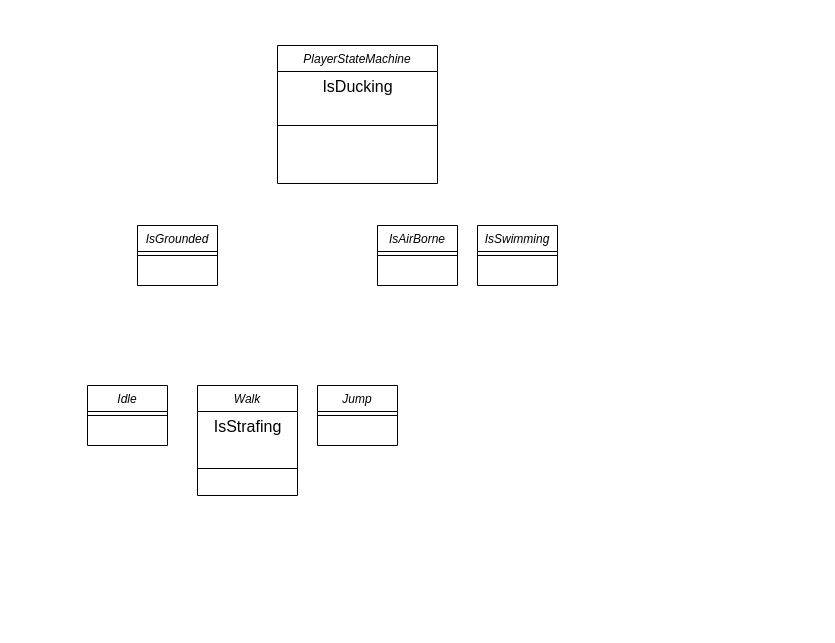
This is page "PlayerStateMachine" (1 of 3) of GameArchitecture/HalfLifeDiagram.drawio from killerwolf162/Integrated-Gameplay-Systems, a draw.io file, before an edit. Source tidied: cells renumbered, new cells numbered last; positions are measured from the earlier drawing's top-left corner, leaving out a move shared by most shapes. Both pictures are drawn from the tidied source at 100%, with x=0, y=0 at pixel (87, 45).
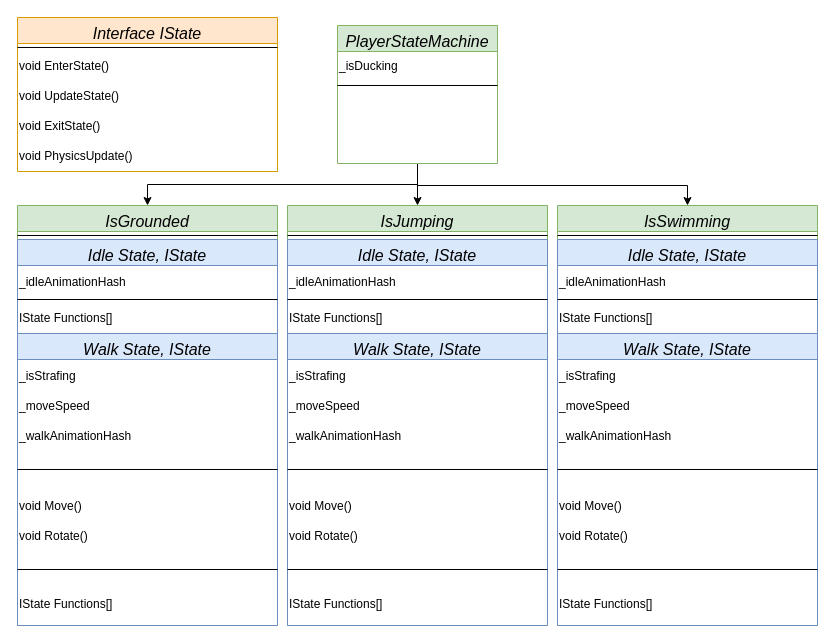
The same page after the edit.

What changed in the source:
```diff
@@
+    <mxCell id="18" style="edgeStyle=orthogonalEdgeStyle;rounded=0;jettySize=auto;html=1;exitX=0.5;exitY=1;exitDx=0;exitDy=0;entryX=0.5;entryY=0;entryDx=0;entryDy=0;" parent="1" edge="1" source="2" target="12">
+      <mxGeometry relative="1" as="geometry" />
+    </mxCell>
+    <mxCell id="19" style="edgeStyle=orthogonalEdgeStyle;rounded=0;jettySize=auto;html=1;entryX=0.5;entryY=0;entryDx=0;entryDy=0;" parent="1" edge="1" source="2" target="16">
+      <mxGeometry relative="1" as="geometry" />
+    </mxCell>
+    <mxCell id="20" style="edgeStyle=orthogonalEdgeStyle;rounded=0;jettySize=auto;html=1;entryX=0.5;entryY=0;entryDx=0;entryDy=0;" parent="1" edge="1" source="2" target="10">
+      <mxGeometry relative="1" as="geometry">
+        <Array as="points">
+          <mxPoint x="330" y="140" />
+          <mxPoint x="600" y="140" />
+        </Array>
+      </mxGeometry>
+    </mxCell>
-    <mxCell id="2" value="PlayerStateMachine" style="swimlane;fontStyle=2;align=center;verticalAlign=top;horizontal=1;startSize=26;rounded=0;shadow=0;strokeWidth=1;" parent="1" vertex="1">
-      <mxGeometry x="190" width="160" height="138" as="geometry" />
+    <mxCell id="2" value="PlayerStateMachine" style="swimlane;fontStyle=2;align=center;verticalAlign=top;horizontal=1;startSize=26;rounded=0;shadow=0;strokeWidth=1;fillColor=#d5e8d4;strokeColor=#82b366;fontSize=16;" parent="1" vertex="1">
+      <mxGeometry x="250" y="-20" width="160" height="138" as="geometry" />
     </mxCell>
-    <mxCell id="3" value="IsDucking&lt;div&gt;&lt;br&gt;&lt;/div&gt;" style="text;html=1;align=center;verticalAlign=middle;strokeColor=none;fillColor=none;fontSize=16;" parent="2" vertex="1">
-      <mxGeometry y="26" width="160" height="50" as="geometry" />
-    </mxCell>
+    <mxCell id="21" value="_isDucking" style="text;html=1;align=left;verticalAlign=middle;strokeColor=none;fillColor=none;" parent="2" vertex="1">
+      <mxGeometry y="26" width="160" height="30" as="geometry" />
+    </mxCell>
     <mxCell id="4" style="line;html=1;strokeWidth=1;align=left;verticalAlign=middle;spacingTop=-1;spacingLeft=3;spacingRight=3;labelPosition=right;" parent="2" vertex="1">
-      <mxGeometry y="76" width="160" height="8" as="geometry" />
+      <mxGeometry y="56" width="160" height="8" as="geometry" />
     </mxCell>
+    <mxCell id="10" value="IsSwimming&#10;" style="swimlane;fontStyle=2;align=center;verticalAlign=top;horizontal=1;startSize=26;rounded=0;shadow=0;strokeWidth=1;fillColor=#d5e8d4;strokeColor=#82b366;fontSize=16;" parent="1" vertex="1">
+      <mxGeometry x="470" y="160" width="260" height="420" as="geometry" />
+    </mxCell>
+    <mxCell id="11" style="line;html=1;strokeWidth=1;align=left;verticalAlign=middle;spacingTop=-1;spacingLeft=3;spacingRight=3;labelPosition=right;" parent="10" vertex="1">
+      <mxGeometry y="26" width="260" height="8" as="geometry" />
+    </mxCell>
+    <mxCell id="22" value="Idle State, IState" style="swimlane;fontStyle=2;align=center;verticalAlign=top;horizontal=1;startSize=26;rounded=0;shadow=0;strokeWidth=1;fillColor=#dae8fc;strokeColor=#6c8ebf;fontSize=16;" parent="10" vertex="1">
+      <mxGeometry y="34" width="260" height="94" as="geometry" />
+    </mxCell>
+    <mxCell id="23" value="&lt;font style=&quot;font-size: 12px;&quot;&gt;_idleAnimationHash&lt;/font&gt;" style="text;html=1;align=left;verticalAlign=middle;strokeColor=none;fillColor=none;fontSize=16;" parent="22" vertex="1">
+      <mxGeometry y="26" width="260" height="30" as="geometry" />
+    </mxCell>
+    <mxCell id="24" style="line;html=1;strokeWidth=1;align=left;verticalAlign=middle;spacingTop=-1;spacingLeft=3;spacingRight=3;labelPosition=right;" parent="22" vertex="1">
+      <mxGeometry y="56" width="260" height="8" as="geometry" />
+    </mxCell>
+    <mxCell id="25" value="IState Functions[]" style="text;html=1;align=left;verticalAlign=middle;strokeColor=none;fillColor=none;" parent="22" vertex="1">
+      <mxGeometry y="64" width="260" height="30" as="geometry" />
+    </mxCell>
+    <mxCell id="26" value="Walk State, IState" style="swimlane;fontStyle=2;align=center;verticalAlign=top;horizontal=1;startSize=26;rounded=0;shadow=0;strokeWidth=1;fontSize=16;fillColor=#dae8fc;strokeColor=#6c8ebf;" parent="10" vertex="1">
+      <mxGeometry y="128" width="260" height="292" as="geometry" />
+    </mxCell>
+    <mxCell id="27" value="&lt;font style=&quot;font-size: 12px;&quot;&gt;_isStrafing&lt;/font&gt;" style="text;html=1;align=left;verticalAlign=middle;strokeColor=none;fillColor=none;fontSize=16;" parent="26" vertex="1">
+      <mxGeometry y="26" width="260" height="30" as="geometry" />
+    </mxCell>
+    <mxCell id="28" value="&lt;font style=&quot;font-size: 12px;&quot;&gt;_moveSpeed&lt;/font&gt;" style="text;html=1;align=left;verticalAlign=middle;strokeColor=none;fillColor=none;fontSize=16;" parent="26" vertex="1">
+      <mxGeometry y="56" width="260" height="30" as="geometry" />
+    </mxCell>
+    <mxCell id="29" value="&lt;font style=&quot;font-size: 12px;&quot;&gt;_walkAnimationHash&lt;/font&gt;" style="text;html=1;align=left;verticalAlign=middle;strokeColor=none;fillColor=none;fontSize=16;" parent="26" vertex="1">
+      <mxGeometry y="86" width="260" height="30" as="geometry" />
+    </mxCell>
+    <mxCell id="30" style="line;html=1;strokeWidth=1;align=left;verticalAlign=middle;spacingTop=-1;spacingLeft=3;spacingRight=3;labelPosition=right;" parent="26" vertex="1">
+      <mxGeometry y="116" width="260" height="40" as="geometry" />
+    </mxCell>
+    <mxCell id="31" value="&lt;span style=&quot;font-size: 12px;&quot;&gt;void Move()&lt;/span&gt;" style="text;html=1;align=left;verticalAlign=middle;strokeColor=none;fillColor=none;fontSize=16;" parent="26" vertex="1">
+      <mxGeometry y="156" width="260" height="30" as="geometry" />
+    </mxCell>
+    <mxCell id="32" value="&lt;span style=&quot;font-size: 12px;&quot;&gt;void Rotate()&lt;/span&gt;" style="text;html=1;align=left;verticalAlign=middle;strokeColor=none;fillColor=none;fontSize=16;" parent="26" vertex="1">
+      <mxGeometry y="186" width="260" height="30" as="geometry" />
+    </mxCell>
+    <mxCell id="33" style="line;html=1;strokeWidth=1;align=left;verticalAlign=middle;spacingTop=-1;spacingLeft=3;spacingRight=3;labelPosition=right;" parent="26" vertex="1">
+      <mxGeometry y="216" width="260" height="40" as="geometry" />
+    </mxCell>
+    <mxCell id="34" value="IState Functions[]" style="text;html=1;align=left;verticalAlign=middle;strokeColor=none;fillColor=none;" parent="26" vertex="1">
+      <mxGeometry y="256" width="260" height="30" as="geometry" />
+    </mxCell>
+    <mxCell id="12" value="IsGrounded" style="swimlane;fontStyle=2;align=center;verticalAlign=top;horizontal=1;startSize=26;rounded=0;shadow=0;strokeWidth=1;fontSize=16;fillColor=#d5e8d4;strokeColor=#82b366;" parent="1" vertex="1">
+      <mxGeometry x="-70" y="160" width="260" height="420" as="geometry" />
+    </mxCell>
+    <mxCell id="13" style="line;html=1;strokeWidth=1;align=left;verticalAlign=middle;spacingTop=-1;spacingLeft=3;spacingRight=3;labelPosition=right;" parent="12" vertex="1">
+      <mxGeometry y="26" width="260" height="8" as="geometry" />
+    </mxCell>
-    <mxCell id="5" value="Idle&#10;" style="swimlane;fontStyle=2;align=center;verticalAlign=top;horizontal=1;startSize=26;rounded=0;shadow=0;strokeWidth=1;" parent="1" vertex="1">
-      <mxGeometry y="340" width="80" height="60" as="geometry" />
+    <mxCell id="5" value="Idle State, IState" style="swimlane;fontStyle=2;align=center;verticalAlign=top;horizontal=1;startSize=26;rounded=0;shadow=0;strokeWidth=1;fillColor=#dae8fc;strokeColor=#6c8ebf;fontSize=16;" parent="12" vertex="1">
+      <mxGeometry y="34" width="260" height="94" as="geometry" />
     </mxCell>
+    <mxCell id="35" value="&lt;font style=&quot;font-size: 12px;&quot;&gt;_idleAnimationHash&lt;/font&gt;" style="text;html=1;align=left;verticalAlign=middle;strokeColor=none;fillColor=none;fontSize=16;" parent="5" vertex="1">
+      <mxGeometry y="26" width="260" height="30" as="geometry" />
+    </mxCell>
     <mxCell id="6" style="line;html=1;strokeWidth=1;align=left;verticalAlign=middle;spacingTop=-1;spacingLeft=3;spacingRight=3;labelPosition=right;" parent="5" vertex="1">
-      <mxGeometry y="26" width="80" height="8" as="geometry" />
+      <mxGeometry y="56" width="260" height="8" as="geometry" />
     </mxCell>
+    <mxCell id="36" value="IState Functions[]" style="text;html=1;align=left;verticalAlign=middle;strokeColor=none;fillColor=none;" parent="5" vertex="1">
+      <mxGeometry y="64" width="260" height="30" as="geometry" />
+    </mxCell>
-    <mxCell id="7" value="Walk&#10;" style="swimlane;fontStyle=2;align=center;verticalAlign=top;horizontal=1;startSize=26;rounded=0;shadow=0;strokeWidth=1;" parent="1" vertex="1">
-      <mxGeometry x="110" y="340" width="100" height="110" as="geometry" />
+    <mxCell id="7" value="Walk State, IState" style="swimlane;fontStyle=2;align=center;verticalAlign=top;horizontal=1;startSize=26;rounded=0;shadow=0;strokeWidth=1;fontSize=16;fillColor=#dae8fc;strokeColor=#6c8ebf;" parent="12" vertex="1">
+      <mxGeometry y="128" width="260" height="292" as="geometry" />
     </mxCell>
-    <mxCell id="8" value="IsStrafing" style="text;html=1;align=center;verticalAlign=middle;strokeColor=none;fillColor=none;fontSize=16;" parent="7" vertex="1">
-      <mxGeometry y="26" width="100" height="30" as="geometry" />
+    <mxCell id="8" value="&lt;font style=&quot;font-size: 12px;&quot;&gt;_isStrafing&lt;/font&gt;" style="text;html=1;align=left;verticalAlign=middle;strokeColor=none;fillColor=none;fontSize=16;" parent="7" vertex="1">
+      <mxGeometry y="26" width="260" height="30" as="geometry" />
     </mxCell>
+    <mxCell id="37" value="&lt;font style=&quot;font-size: 12px;&quot;&gt;_moveSpeed&lt;/font&gt;" style="text;html=1;align=left;verticalAlign=middle;strokeColor=none;fillColor=none;fontSize=16;" parent="7" vertex="1">
+      <mxGeometry y="56" width="260" height="30" as="geometry" />
+    </mxCell>
+    <mxCell id="38" value="&lt;font style=&quot;font-size: 12px;&quot;&gt;_walkAnimationHash&lt;/font&gt;" style="text;html=1;align=left;verticalAlign=middle;strokeColor=none;fillColor=none;fontSize=16;" parent="7" vertex="1">
+      <mxGeometry y="86" width="260" height="30" as="geometry" />
+    </mxCell>
     <mxCell id="9" style="line;html=1;strokeWidth=1;align=left;verticalAlign=middle;spacingTop=-1;spacingLeft=3;spacingRight=3;labelPosition=right;" parent="7" vertex="1">
-      <mxGeometry y="56" width="100" height="54" as="geometry" />
+      <mxGeometry y="116" width="260" height="40" as="geometry" />
     </mxCell>
-    <mxCell id="10" value="IsSwimming&#10;" style="swimlane;fontStyle=2;align=center;verticalAlign=top;horizontal=1;startSize=26;rounded=0;shadow=0;strokeWidth=1;" parent="1" vertex="1">
-      <mxGeometry x="390" y="180" width="80" height="60" as="geometry" />
-    </mxCell>
-    <mxCell id="11" style="line;html=1;strokeWidth=1;align=left;verticalAlign=middle;spacingTop=-1;spacingLeft=3;spacingRight=3;labelPosition=right;" parent="10" vertex="1">
-      <mxGeometry y="26" width="80" height="8" as="geometry" />
-    </mxCell>
-    <mxCell id="12" value="IsGrounded" style="swimlane;fontStyle=2;align=center;verticalAlign=top;horizontal=1;startSize=26;rounded=0;shadow=0;strokeWidth=1;" parent="1" vertex="1">
-      <mxGeometry x="50" y="180" width="80" height="60" as="geometry" />
-    </mxCell>
-    <mxCell id="13" style="line;html=1;strokeWidth=1;align=left;verticalAlign=middle;spacingTop=-1;spacingLeft=3;spacingRight=3;labelPosition=right;" parent="12" vertex="1">
-      <mxGeometry y="26" width="80" height="8" as="geometry" />
-    </mxCell>
-    <mxCell id="14" value="IsAirBorne" style="swimlane;fontStyle=2;align=center;verticalAlign=top;horizontal=1;startSize=26;rounded=0;shadow=0;strokeWidth=1;" parent="1" vertex="1">
-      <mxGeometry x="290" y="180" width="80" height="60" as="geometry" />
-    </mxCell>
-    <mxCell id="15" style="line;html=1;strokeWidth=1;align=left;verticalAlign=middle;spacingTop=-1;spacingLeft=3;spacingRight=3;labelPosition=right;" parent="14" vertex="1">
-      <mxGeometry y="26" width="80" height="8" as="geometry" />
-    </mxCell>
+    <mxCell id="39" value="&lt;span style=&quot;font-size: 12px;&quot;&gt;void Move()&lt;/span&gt;" style="text;html=1;align=left;verticalAlign=middle;strokeColor=none;fillColor=none;fontSize=16;" parent="7" vertex="1">
+      <mxGeometry y="156" width="260" height="30" as="geometry" />
+    </mxCell>
+    <mxCell id="40" value="&lt;span style=&quot;font-size: 12px;&quot;&gt;void Rotate()&lt;/span&gt;" style="text;html=1;align=left;verticalAlign=middle;strokeColor=none;fillColor=none;fontSize=16;" parent="7" vertex="1">
+      <mxGeometry y="186" width="260" height="30" as="geometry" />
+    </mxCell>
+    <mxCell id="41" style="line;html=1;strokeWidth=1;align=left;verticalAlign=middle;spacingTop=-1;spacingLeft=3;spacingRight=3;labelPosition=right;" parent="7" vertex="1">
+      <mxGeometry y="216" width="260" height="40" as="geometry" />
+    </mxCell>
+    <mxCell id="42" value="IState Functions[]" style="text;html=1;align=left;verticalAlign=middle;strokeColor=none;fillColor=none;" parent="7" vertex="1">
+      <mxGeometry y="256" width="260" height="30" as="geometry" />
+    </mxCell>
-    <mxCell id="16" value="Jump&#10;" style="swimlane;fontStyle=2;align=center;verticalAlign=top;horizontal=1;startSize=26;rounded=0;shadow=0;strokeWidth=1;" parent="1" vertex="1">
-      <mxGeometry x="230" y="340" width="80" height="60" as="geometry" />
+    <mxCell id="16" value="IsJumping" style="swimlane;fontStyle=2;align=center;verticalAlign=top;horizontal=1;startSize=26;rounded=0;shadow=0;strokeWidth=1;fillColor=#d5e8d4;strokeColor=#82b366;fontSize=16;" parent="1" vertex="1">
+      <mxGeometry x="200" y="160" width="260" height="420" as="geometry" />
     </mxCell>
     <mxCell id="17" style="line;html=1;strokeWidth=1;align=left;verticalAlign=middle;spacingTop=-1;spacingLeft=3;spacingRight=3;labelPosition=right;" parent="16" vertex="1">
-      <mxGeometry y="26" width="80" height="8" as="geometry" />
+      <mxGeometry y="26" width="260" height="8" as="geometry" />
     </mxCell>
+    <mxCell id="43" value="Idle State, IState" style="swimlane;fontStyle=2;align=center;verticalAlign=top;horizontal=1;startSize=26;rounded=0;shadow=0;strokeWidth=1;fillColor=#dae8fc;strokeColor=#6c8ebf;fontSize=16;" parent="16" vertex="1">
+      <mxGeometry y="34" width="260" height="94" as="geometry" />
+    </mxCell>
+    <mxCell id="44" value="&lt;font style=&quot;font-size: 12px;&quot;&gt;_idleAnimationHash&lt;/font&gt;" style="text;html=1;align=left;verticalAlign=middle;strokeColor=none;fillColor=none;fontSize=16;" parent="43" vertex="1">
+      <mxGeometry y="26" width="260" height="30" as="geometry" />
+    </mxCell>
+    <mxCell id="45" style="line;html=1;strokeWidth=1;align=left;verticalAlign=middle;spacingTop=-1;spacingLeft=3;spacingRight=3;labelPosition=right;" parent="43" vertex="1">
+      <mxGeometry y="56" width="260" height="8" as="geometry" />
+    </mxCell>
+    <mxCell id="46" value="IState Functions[]" style="text;html=1;align=left;verticalAlign=middle;strokeColor=none;fillColor=none;" parent="43" vertex="1">
+      <mxGeometry y="64" width="260" height="30" as="geometry" />
+    </mxCell>
+    <mxCell id="47" value="Walk State, IState" style="swimlane;fontStyle=2;align=center;verticalAlign=top;horizontal=1;startSize=26;rounded=0;shadow=0;strokeWidth=1;fontSize=16;fillColor=#dae8fc;strokeColor=#6c8ebf;" parent="16" vertex="1">
+      <mxGeometry y="128" width="260" height="292" as="geometry" />
+    </mxCell>
+    <mxCell id="48" value="&lt;font style=&quot;font-size: 12px;&quot;&gt;_isStrafing&lt;/font&gt;" style="text;html=1;align=left;verticalAlign=middle;strokeColor=none;fillColor=none;fontSize=16;" parent="47" vertex="1">
+      <mxGeometry y="26" width="260" height="30" as="geometry" />
+    </mxCell>
+    <mxCell id="49" value="&lt;font style=&quot;font-size: 12px;&quot;&gt;_moveSpeed&lt;/font&gt;" style="text;html=1;align=left;verticalAlign=middle;strokeColor=none;fillColor=none;fontSize=16;" parent="47" vertex="1">
+      <mxGeometry y="56" width="260" height="30" as="geometry" />
+    </mxCell>
+    <mxCell id="50" value="&lt;font style=&quot;font-size: 12px;&quot;&gt;_walkAnimationHash&lt;/font&gt;" style="text;html=1;align=left;verticalAlign=middle;strokeColor=none;fillColor=none;fontSize=16;" parent="47" vertex="1">
+      <mxGeometry y="86" width="260" height="30" as="geometry" />
+    </mxCell>
+    <mxCell id="51" style="line;html=1;strokeWidth=1;align=left;verticalAlign=middle;spacingTop=-1;spacingLeft=3;spacingRight=3;labelPosition=right;" parent="47" vertex="1">
+      <mxGeometry y="116" width="260" height="40" as="geometry" />
+    </mxCell>
+    <mxCell id="52" value="&lt;span style=&quot;font-size: 12px;&quot;&gt;void Move()&lt;/span&gt;" style="text;html=1;align=left;verticalAlign=middle;strokeColor=none;fillColor=none;fontSize=16;" parent="47" vertex="1">
+      <mxGeometry y="156" width="260" height="30" as="geometry" />
+    </mxCell>
+    <mxCell id="53" value="&lt;span style=&quot;font-size: 12px;&quot;&gt;void Rotate()&lt;/span&gt;" style="text;html=1;align=left;verticalAlign=middle;strokeColor=none;fillColor=none;fontSize=16;" parent="47" vertex="1">
+      <mxGeometry y="186" width="260" height="30" as="geometry" />
+    </mxCell>
+    <mxCell id="54" style="line;html=1;strokeWidth=1;align=left;verticalAlign=middle;spacingTop=-1;spacingLeft=3;spacingRight=3;labelPosition=right;" parent="47" vertex="1">
+      <mxGeometry y="216" width="260" height="40" as="geometry" />
+    </mxCell>
+    <mxCell id="55" value="IState Functions[]" style="text;html=1;align=left;verticalAlign=middle;strokeColor=none;fillColor=none;" parent="47" vertex="1">
+      <mxGeometry y="256" width="260" height="30" as="geometry" />
+    </mxCell>
+    <mxCell id="56" value="Interface IState" style="swimlane;fontStyle=2;align=center;verticalAlign=top;horizontal=1;startSize=26;rounded=0;shadow=0;strokeWidth=1;fillColor=#ffe6cc;strokeColor=#d79b00;fontSize=16;" parent="1" vertex="1">
+      <mxGeometry x="-70" y="-28" width="260" height="154" as="geometry" />
+    </mxCell>
+    <mxCell id="57" style="line;html=1;strokeWidth=1;align=left;verticalAlign=middle;spacingTop=-1;spacingLeft=3;spacingRight=3;labelPosition=right;" parent="56" vertex="1">
+      <mxGeometry y="26" width="260" height="8" as="geometry" />
+    </mxCell>
+    <mxCell id="58" value="void EnterState()" style="text;html=1;align=left;verticalAlign=middle;strokeColor=none;fillColor=none;" parent="56" vertex="1">
+      <mxGeometry y="34" width="260" height="30" as="geometry" />
+    </mxCell>
+    <mxCell id="59" value="void UpdateState()" style="text;html=1;align=left;verticalAlign=middle;strokeColor=none;fillColor=none;" parent="56" vertex="1">
+      <mxGeometry y="64" width="260" height="30" as="geometry" />
+    </mxCell>
+    <mxCell id="60" value="void ExitState()" style="text;html=1;align=left;verticalAlign=middle;strokeColor=none;fillColor=none;" parent="56" vertex="1">
+      <mxGeometry y="94" width="260" height="30" as="geometry" />
+    </mxCell>
+    <mxCell id="61" value="void PhysicsUpdate()" style="text;html=1;align=left;verticalAlign=middle;strokeColor=none;fillColor=none;" parent="56" vertex="1">
+      <mxGeometry y="124" width="260" height="30" as="geometry" />
+    </mxCell>
```
